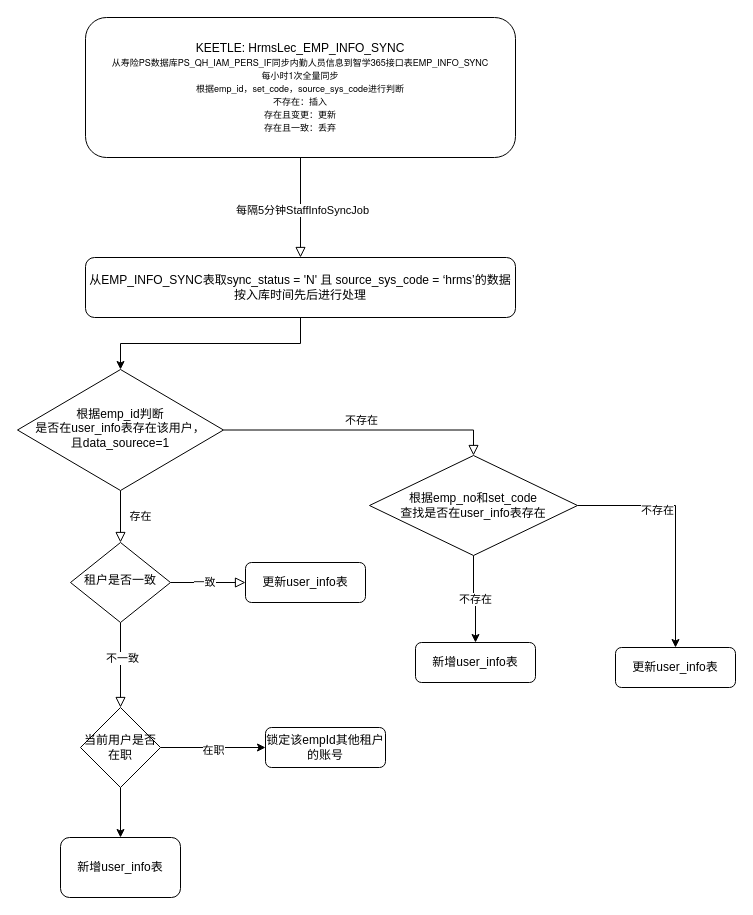
Before: 人员信息同步.drawio in rainerpiao/cloud-computing, a draw.io diagram. Source tidied: cells renumbered, new cells numbered last; positions are measured from the earlier drawing's top-left corner, leaving out a move shared by most shapes. Both pictures are drawn from the tidied source at 100%, with x=0, y=0 at pixel (17, 17).
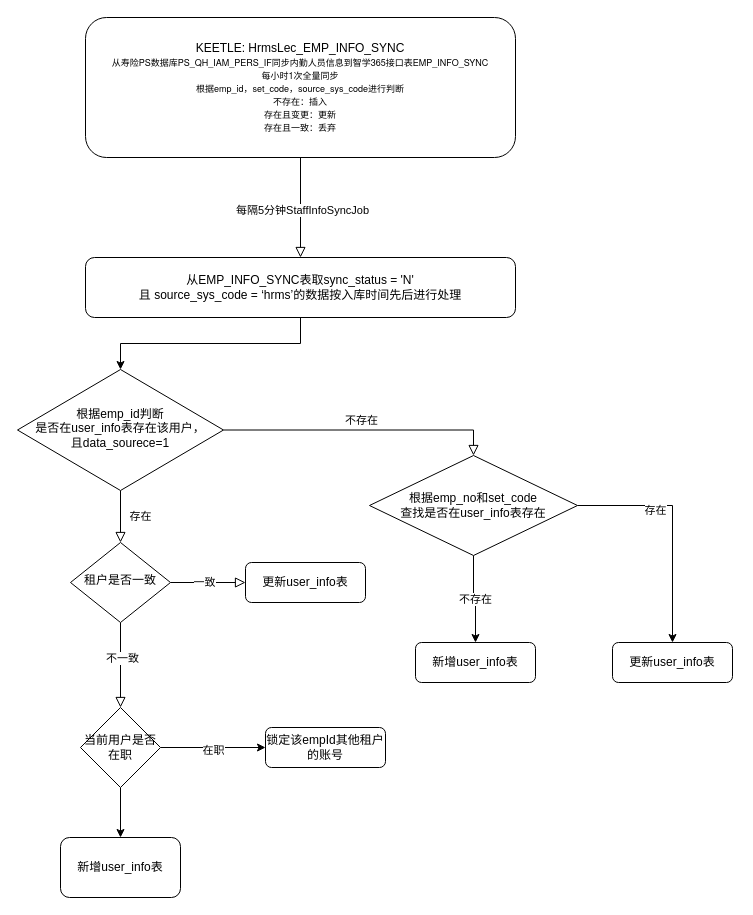
Above is the later version.

Commit message (it also covers changes not shown here):
Update 人员信息同步.drawio

The change refers to these unchanged cells:
```xml
<mxCell id="19" style="edgeStyle=orthogonalEdgeStyle;rounded=0;jettySize=auto;html=1;exitX=1;exitY=0.5;exitDx=0;exitDy=0;entryX=0.5;entryY=0;entryDx=0;entryDy=0;" parent="1" edge="1" source="21" target="22">
  <mxGeometry relative="1" as="geometry" />
</mxCell>
```

What changed in the source:
```diff
@@
-    <mxCell id="17" value="从EMP_INFO_SYNC表取sync_status = 'N' 且 source_sys_code = ‘hrms’的数据按入库时间先后进行处理" style="rounded=1;whiteSpace=wrap;html=1;" parent="1" vertex="1">
+    <mxCell id="17" value="从EMP_INFO_SYNC表取sync_status = 'N' &lt;br&gt;且 source_sys_code = ‘hrms’的数据按入库时间先后进行处理" style="rounded=1;whiteSpace=wrap;html=1;" parent="1" vertex="1">
       <mxGeometry x="68" y="240" width="430" height="60" as="geometry" />
     </mxCell>
@@
-    <mxCell id="20" value="不存在" style="edgeLabel;html=1;align=center;verticalAlign=middle;" parent="19" vertex="1">
+    <mxCell id="20" value="存在" style="edgeLabel;html=1;align=center;verticalAlign=middle;" parent="19" vertex="1">
       <mxGeometry x="-0.34" y="-3" relative="1" as="geometry">
         <mxPoint y="1" as="offset" />
       </mxGeometry>
     </mxCell>
@@
     <mxCell id="22" value="更新user_info表" style="rounded=1;whiteSpace=wrap;html=1;fontSize=12;glass=0;strokeWidth=1;shadow=0;" parent="1" vertex="1">
-      <mxGeometry x="598" y="630" width="120" height="40" as="geometry" />
+      <mxGeometry x="595" y="625" width="120" height="40" as="geometry" />
     </mxCell>
```
